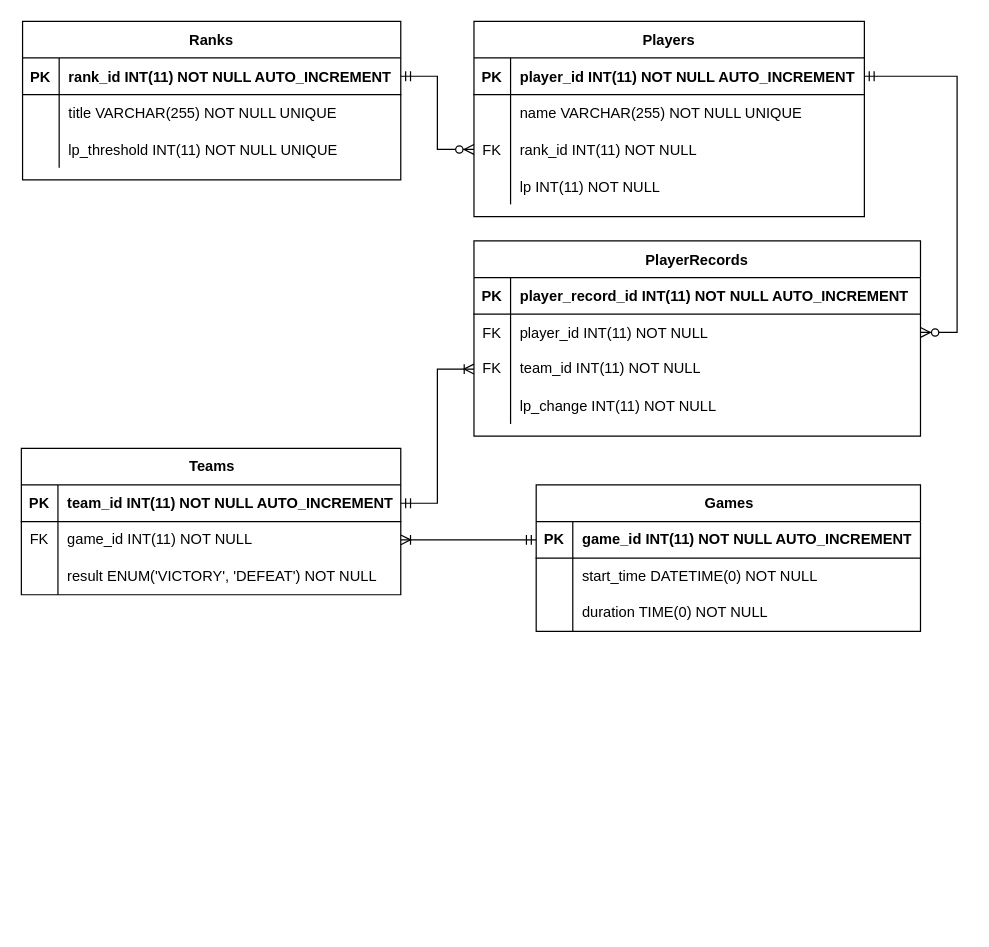
The draw.io diagram ERD.drawio in sinogrimm/lol_project, before the edit. Source tidied: cells renumbered, new cells numbered last; positions are measured from the earlier drawing's top-left corner, leaving out a move shared by most shapes. Both pictures are drawn from the tidied source at 122%, with x=0, y=0 at pixel (21, 21).
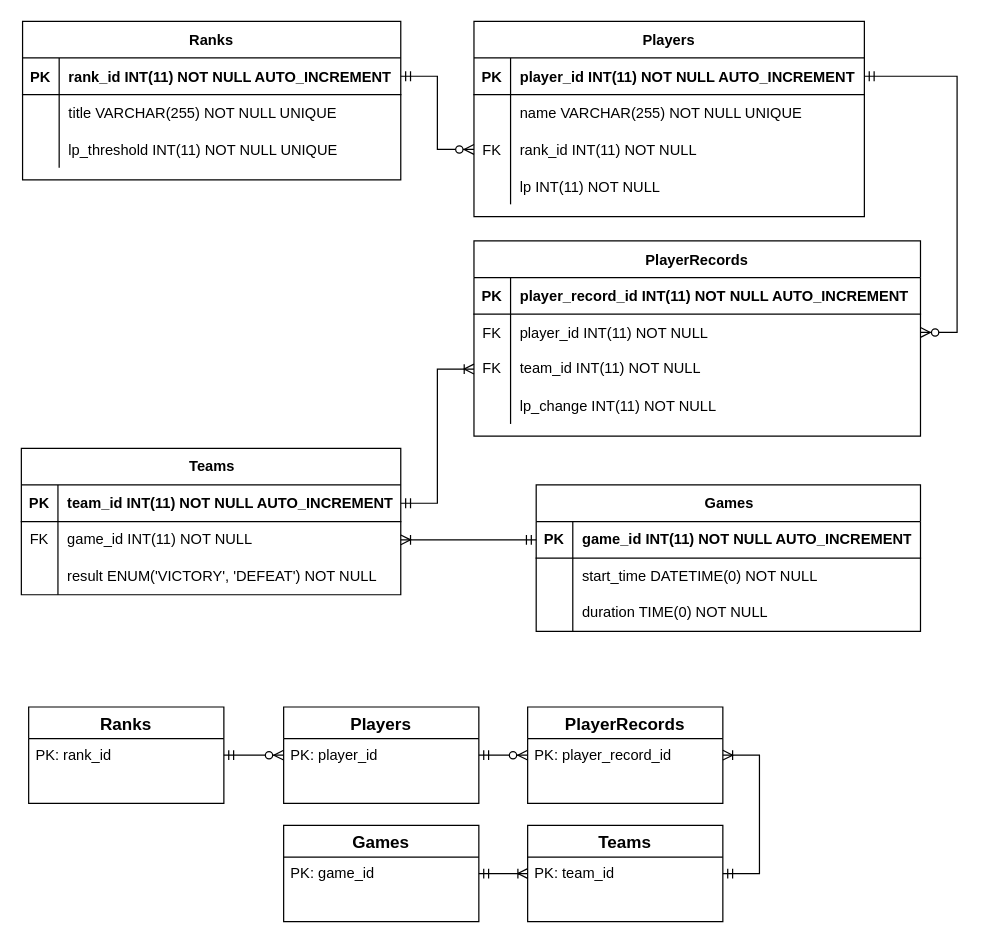
Above is the later version.

Commit message:
added version omitting details

Diff of the diagram source:
```diff
@@
+    <mxCell id="62" value="Ranks" style="swimlane;fontStyle=1;horizontal=1;startSize=26;align=center;fontSize=14;" parent="1" vertex="1">
+      <mxGeometry x="6" y="562" width="160" height="79" as="geometry" />
+    </mxCell>
+    <mxCell id="63" value="PK: rank_id" style="text;strokeColor=none;fillColor=none;spacingLeft=4;spacingRight=4;overflow=hidden;fontSize=12;whiteSpace=wrap;html=1;" parent="62" vertex="1">
+      <mxGeometry y="26" width="160" height="53" as="geometry" />
+    </mxCell>
+    <mxCell id="64" value="Players" style="swimlane;fontStyle=1;horizontal=1;startSize=26;align=center;fontSize=14;" parent="1" vertex="1">
+      <mxGeometry x="215" y="562" width="160" height="79" as="geometry" />
+    </mxCell>
+    <mxCell id="65" value="PK: player_id" style="text;strokeColor=none;fillColor=none;spacingLeft=4;spacingRight=4;overflow=hidden;fontSize=12;whiteSpace=wrap;html=1;" parent="64" vertex="1">
+      <mxGeometry y="26" width="160" height="53" as="geometry" />
+    </mxCell>
+    <mxCell id="66" value="PlayerRecords" style="swimlane;fontStyle=1;horizontal=1;startSize=26;align=center;fontSize=14;" parent="1" vertex="1">
+      <mxGeometry x="415" y="562" width="160" height="79" as="geometry" />
+    </mxCell>
+    <mxCell id="67" value="PK: player_record_id" style="text;strokeColor=none;fillColor=none;spacingLeft=4;spacingRight=4;overflow=hidden;fontSize=12;whiteSpace=wrap;html=1;" parent="66" vertex="1">
+      <mxGeometry y="26" width="160" height="53" as="geometry" />
+    </mxCell>
+    <mxCell id="68" value="Games" style="swimlane;fontStyle=1;horizontal=1;startSize=26;align=center;fontSize=14;" parent="1" vertex="1">
+      <mxGeometry x="215" y="659" width="160" height="79" as="geometry" />
+    </mxCell>
+    <mxCell id="69" value="PK: game_id" style="text;strokeColor=none;fillColor=none;spacingLeft=4;spacingRight=4;overflow=hidden;fontSize=12;whiteSpace=wrap;html=1;" parent="68" vertex="1">
+      <mxGeometry y="26" width="160" height="53" as="geometry" />
+    </mxCell>
+    <mxCell id="70" value="Teams" style="swimlane;fontStyle=1;horizontal=1;startSize=26;align=center;fontSize=14;" parent="1" vertex="1">
+      <mxGeometry x="415" y="659" width="160" height="79" as="geometry" />
+    </mxCell>
+    <mxCell id="71" value="PK: team_id" style="text;strokeColor=none;fillColor=none;spacingLeft=4;spacingRight=4;overflow=hidden;fontSize=12;whiteSpace=wrap;html=1;" parent="70" vertex="1">
+      <mxGeometry y="26" width="160" height="53" as="geometry" />
+    </mxCell>
+    <mxCell id="72" style="edgeStyle=entityRelationEdgeStyle;fontSize=12;html=1;endArrow=ERzeroToMany;startArrow=ERmandOne;rounded=0;" parent="1" edge="1" source="62" target="64">
+      <mxGeometry relative="1" as="geometry" />
+    </mxCell>
+    <mxCell id="73" style="edgeStyle=entityRelationEdgeStyle;fontSize=12;html=1;endArrow=ERzeroToMany;startArrow=ERmandOne;rounded=0;" parent="1" edge="1" source="64" target="66">
+      <mxGeometry relative="1" as="geometry" />
+    </mxCell>
+    <mxCell id="74" style="edgeStyle=entityRelationEdgeStyle;fontSize=12;html=1;endArrow=ERoneToMany;startArrow=ERmandOne;rounded=0;" parent="1" edge="1" source="70" target="66">
+      <mxGeometry relative="1" as="geometry" />
+    </mxCell>
+    <mxCell id="75" style="edgeStyle=entityRelationEdgeStyle;fontSize=12;html=1;endArrow=ERoneToMany;startArrow=ERmandOne;rounded=0;" parent="1" edge="1" source="68" target="70">
+      <mxGeometry relative="1" as="geometry" />
+    </mxCell>
```
